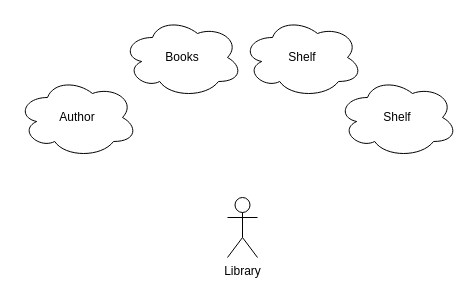
This is page "Page-1" (1 of 2) of Library.drawio from Mm4rek/mysql_day1, a draw.io file, before an edit. Source tidied: cells renumbered, new cells numbered last; positions are measured from the earlier drawing's top-left corner, leaving out a move shared by most shapes. Both pictures are drawn from the tidied source at 100%, with x=0, y=0 at pixel (17, 17).
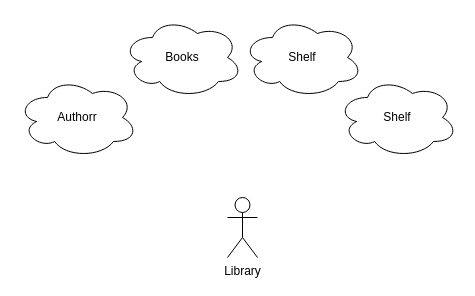
The same diagram, later.

What changed in the source:
```diff
@@
 <mxGraphModel>
   <root>
     <mxCell id="0" />
     <mxCell id="1" parent="0" />
     <mxCell id="2" value="Library" style="shape=umlActor;verticalLabelPosition=bottom;verticalAlign=top;html=1;" parent="1" vertex="1">
       <mxGeometry x="210" y="180" width="30" height="60" as="geometry" />
     </mxCell>
     <mxCell id="3" value="Books" style="ellipse;shape=cloud;whiteSpace=wrap;html=1;" parent="1" vertex="1">
       <mxGeometry x="105" width="120" height="80" as="geometry" />
     </mxCell>
-    <mxCell id="4" value="Author" style="ellipse;shape=cloud;whiteSpace=wrap;html=1;" parent="1" vertex="1">
+    <mxCell id="4" value="Authorr" style="ellipse;shape=cloud;whiteSpace=wrap;html=1;" parent="1" vertex="1">
       <mxGeometry y="60" width="120" height="80" as="geometry" />
     </mxCell>
     <mxCell id="5" value="Shelf" style="ellipse;shape=cloud;whiteSpace=wrap;html=1;" parent="1" vertex="1">
       <mxGeometry x="225" width="120" height="80" as="geometry" />
     </mxCell>
     <mxCell id="6" value="Shelf" style="ellipse;shape=cloud;whiteSpace=wrap;html=1;" parent="1" vertex="1">
       <mxGeometry x="320" y="60" width="120" height="80" as="geometry" />
     </mxCell>
   </root>
 </mxGraphModel>
```
